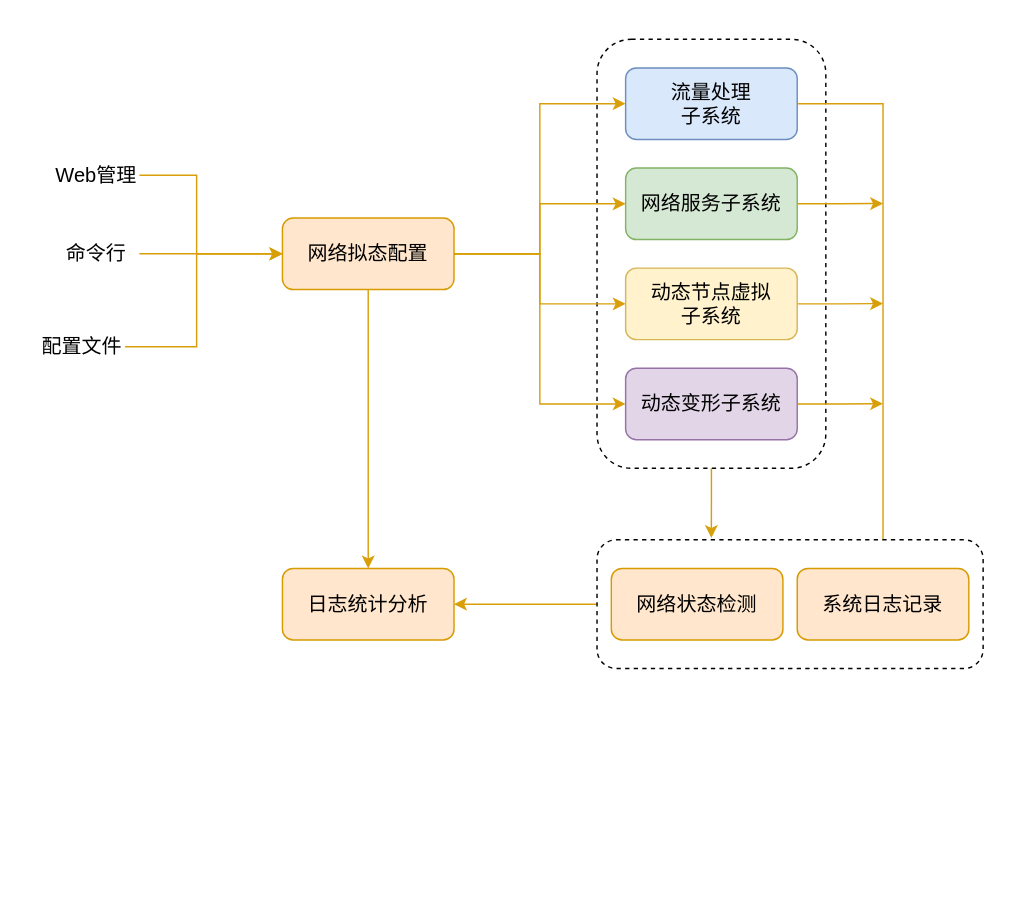
Earlier version of the draw.io diagram 管理平台子系统架构图2.drawio (qiuqiu1234/my-test-pro). Source tidied: cells renumbered, new cells numbered last; positions are measured from the earlier drawing's top-left corner, leaving out a move shared by most shapes. Both pictures are drawn from the tidied source at 143%, with x=0, y=0 at pixel (39, 39).
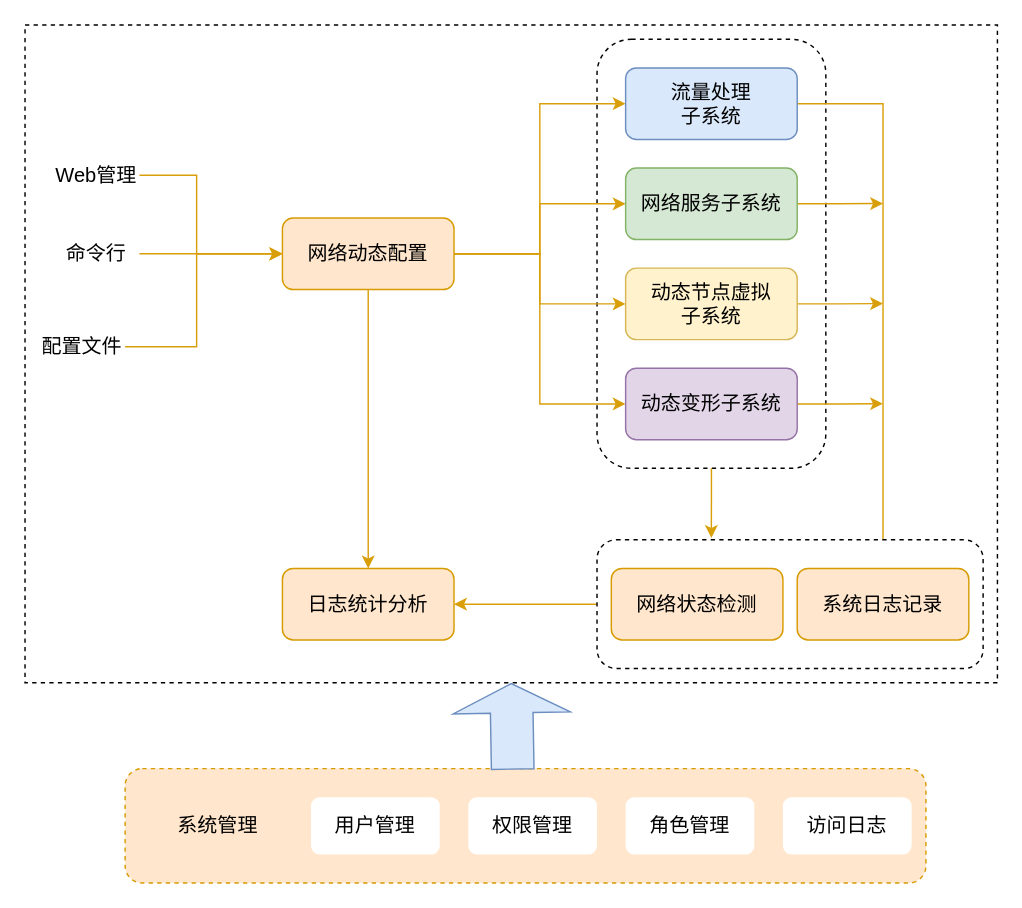
After the change.

Commit message (it also covers changes not shown here):
更新管理平台子系统架构图2.drawio

What changed in the source:
```diff
@@
+    <mxCell id="29" style="rounded=0;whiteSpace=wrap;html=1;dashed=1;fontSize=14;" parent="1" vertex="1">
+      <mxGeometry x="-10" y="-10" width="680" height="460" as="geometry" />
+    </mxCell>
@@
-    <mxCell id="8" value="&lt;font style=&quot;font-size: 14px;&quot;&gt;网络拟态配置&lt;/font&gt;" style="rounded=1;whiteSpace=wrap;html=1;fillColor=#ffe6cc;strokeColor=#d79b00;" parent="1" vertex="1">
+    <mxCell id="8" value="&lt;font style=&quot;font-size: 14px;&quot;&gt;网络动态配置&lt;/font&gt;" style="rounded=1;whiteSpace=wrap;html=1;fillColor=#ffe6cc;strokeColor=#d79b00;" parent="1" vertex="1">
       <mxGeometry x="170" y="125" width="120" height="50" as="geometry" />
     </mxCell>
@@
+    <mxCell id="30" style="rounded=1;whiteSpace=wrap;html=1;dashed=1;fontSize=14;fillColor=#ffe6cc;strokeColor=#d79b00;" parent="1" vertex="1">
+      <mxGeometry x="60" y="510" width="560" height="80" as="geometry" />
+    </mxCell>
+    <mxCell id="31" value="&lt;span style=&quot;font-size: 14px;&quot;&gt;用户管理&lt;/span&gt;" style="rounded=1;whiteSpace=wrap;html=1;strokeColor=none;" parent="1" vertex="1">
+      <mxGeometry x="190" y="530" width="90" height="40" as="geometry" />
+    </mxCell>
+    <mxCell id="32" value="&lt;span style=&quot;font-size: 14px;&quot;&gt;权限管理&lt;/span&gt;" style="rounded=1;whiteSpace=wrap;html=1;strokeColor=none;" parent="1" vertex="1">
+      <mxGeometry x="300" y="530" width="90" height="40" as="geometry" />
+    </mxCell>
+    <mxCell id="33" value="&lt;span style=&quot;font-size: 14px;&quot;&gt;角色管理&lt;/span&gt;" style="rounded=1;whiteSpace=wrap;html=1;strokeColor=none;" parent="1" vertex="1">
+      <mxGeometry x="410" y="530" width="90" height="40" as="geometry" />
+    </mxCell>
+    <mxCell id="34" value="&lt;span style=&quot;font-size: 14px;&quot;&gt;访问日志&lt;/span&gt;" style="rounded=1;whiteSpace=wrap;html=1;strokeColor=none;" parent="1" vertex="1">
+      <mxGeometry x="520" y="530" width="90" height="40" as="geometry" />
+    </mxCell>
+    <mxCell id="35" value="&lt;span style=&quot;font-size: 14px;&quot;&gt;系统管理&lt;/span&gt;" style="rounded=1;whiteSpace=wrap;html=1;strokeColor=none;fillColor=#ffe6cc;" parent="1" vertex="1">
+      <mxGeometry x="80" y="530" width="90" height="40" as="geometry" />
+    </mxCell>
+    <mxCell id="36" style="shape=flexArrow;endArrow=classic;html=1;rounded=0;strokeColor=#6c8ebf;fontSize=14;entryX=0.5;entryY=1;entryDx=0;entryDy=0;exitX=0.484;exitY=0.01;exitDx=0;exitDy=0;exitPerimeter=0;endWidth=51.15384615384615;endSize=6.519230769230769;width=29.807692307692307;fillColor=#dae8fc;" parent="1" edge="1" source="30" target="29">
+      <mxGeometry relative="1" as="geometry" />
+    </mxCell>
```
